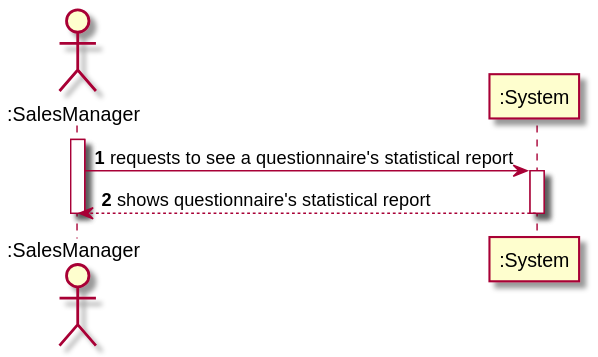
This is docs/1181472 1201516 1201592/US3002/US_3002_SSD.svg from ana-albergaria/LAPR4-ISEP, a PlantUML export, as it was before one commit. Its diagram source:
```plantuml
@startuml

autonumber

Actor ":SalesManager" as AGVM
participant ":System" as SYSTEM

activate AGVM
AGVM -> SYSTEM : requests to see a questionnaire's statistical report
activate SYSTEM

SYSTEM --> AGVM : shows questionnaire's statistical report
deactivate SYSTEM
deactivate AGVM

@enduml
```
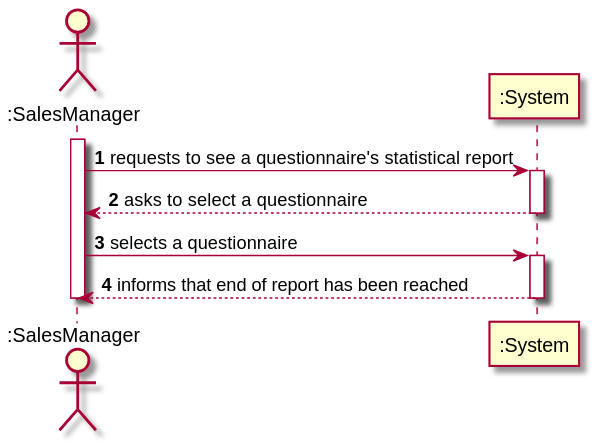
After the change.

What changed in the source:
```diff
@@ -9,7 +9,13 @@
 AGVM -> SYSTEM : requests to see a questionnaire's statistical report
 activate SYSTEM
 
-SYSTEM --> AGVM : shows questionnaire's statistical report
+SYSTEM --> AGVM : asks to select a questionnaire
+deactivate SYSTEM
+
+AGVM -> SYSTEM : selects a questionnaire
+activate SYSTEM
+
+SYSTEM --> AGVM : informs that end of report has been reached
 deactivate SYSTEM
 deactivate AGVM
 
```
